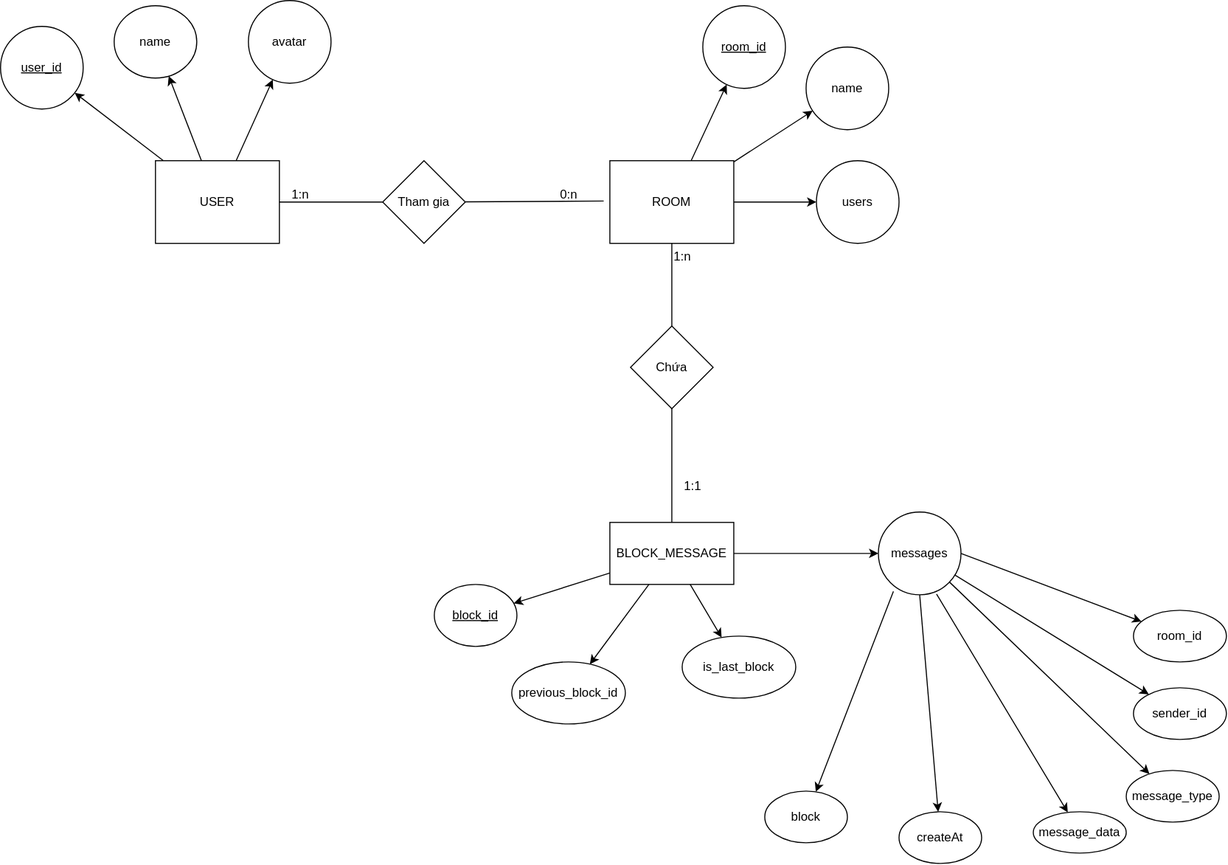
This is EER.svg from aritoerp/assets, a draw.io export, as it was before one commit. Source tidied: cells renumbered, new cells last; positions are measured from the earlier drawing's top-left corner, leaving out a move shared by most shapes. Source of this version:
```xml
<mxGraphModel>
  <root>
    <mxCell id="0" />
    <mxCell id="1" parent="0" />
    <mxCell id="2" style="rounded=0;jettySize=auto;html=1;" parent="1" edge="1" source="6" target="18">
      <mxGeometry relative="1" as="geometry" />
    </mxCell>
    <mxCell id="3" style="rounded=0;jettySize=auto;html=1;" parent="1" edge="1" source="6" target="19">
      <mxGeometry relative="1" as="geometry" />
    </mxCell>
    <mxCell id="4" style="rounded=0;jettySize=auto;html=1;" parent="1" edge="1" source="6" target="20">
      <mxGeometry relative="1" as="geometry" />
    </mxCell>
    <mxCell id="5" style="edgeStyle=orthogonalEdgeStyle;rounded=0;jettySize=auto;html=1;endArrow=none;endFill=0;" parent="1" edge="1" source="6" target="21">
      <mxGeometry relative="1" as="geometry" />
    </mxCell>
    <mxCell id="6" value="USER" style="rounded=0;whiteSpace=wrap;html=1;" parent="1" vertex="1">
      <mxGeometry x="150" y="155" width="120" height="80" as="geometry" />
    </mxCell>
    <mxCell id="7" style="rounded=0;jettySize=auto;html=1;" parent="1" edge="1" source="11" target="25">
      <mxGeometry relative="1" as="geometry" />
    </mxCell>
    <mxCell id="8" style="rounded=0;jettySize=auto;html=1;" parent="1" edge="1" source="11" target="26">
      <mxGeometry relative="1" as="geometry" />
    </mxCell>
    <mxCell id="9" style="rounded=0;jettySize=auto;html=1;" parent="1" edge="1" source="11" target="27">
      <mxGeometry relative="1" as="geometry" />
    </mxCell>
    <mxCell id="10" style="edgeStyle=orthogonalEdgeStyle;rounded=0;jettySize=auto;html=1;endArrow=none;endFill=0;" parent="1" edge="1" source="11" target="29">
      <mxGeometry relative="1" as="geometry" />
    </mxCell>
    <mxCell id="11" value="ROOM" style="rounded=0;whiteSpace=wrap;html=1;" parent="1" vertex="1">
      <mxGeometry x="590" y="155" width="120" height="80" as="geometry" />
    </mxCell>
    <mxCell id="12" style="rounded=0;jettySize=auto;html=1;exitX=1;exitY=0.5;exitDx=0;exitDy=0;" parent="1" edge="1" source="43" target="32">
      <mxGeometry relative="1" as="geometry" />
    </mxCell>
    <mxCell id="13" style="rounded=0;jettySize=auto;html=1;" parent="1" edge="1" source="43" target="33">
      <mxGeometry relative="1" as="geometry" />
    </mxCell>
    <mxCell id="14" style="rounded=0;jettySize=auto;html=1;" parent="1" edge="1" source="43" target="34">
      <mxGeometry relative="1" as="geometry" />
    </mxCell>
    <mxCell id="15" style="rounded=0;jettySize=auto;html=1;exitX=0.704;exitY=0.992;exitDx=0;exitDy=0;exitPerimeter=0;" parent="1" edge="1" source="43" target="35">
      <mxGeometry relative="1" as="geometry" />
    </mxCell>
    <mxCell id="16" style="rounded=0;jettySize=auto;html=1;exitX=0.5;exitY=1;exitDx=0;exitDy=0;" parent="1" edge="1" source="43" target="36">
      <mxGeometry relative="1" as="geometry" />
    </mxCell>
    <mxCell id="17" style="rounded=0;jettySize=auto;html=1;exitX=0.182;exitY=0.96;exitDx=0;exitDy=0;exitPerimeter=0;" parent="1" edge="1" source="43" target="37">
      <mxGeometry relative="1" as="geometry" />
    </mxCell>
    <mxCell id="18" value="&lt;u&gt;user_id&lt;/u&gt;" style="ellipse;whiteSpace=wrap;html=1;rounded=0;" parent="1" vertex="1">
      <mxGeometry y="25" width="80" height="80" as="geometry" />
    </mxCell>
    <mxCell id="19" value="name" style="ellipse;whiteSpace=wrap;html=1;rounded=0;" parent="1" vertex="1">
      <mxGeometry x="110" y="5" width="80" height="70" as="geometry" />
    </mxCell>
    <mxCell id="20" value="avatar" style="ellipse;whiteSpace=wrap;html=1;rounded=0;" parent="1" vertex="1">
      <mxGeometry x="240" width="80" height="80" as="geometry" />
    </mxCell>
    <mxCell id="21" value="Tham gia" style="rhombus;whiteSpace=wrap;html=1;rounded=0;" parent="1" vertex="1">
      <mxGeometry x="370" y="155" width="80" height="80" as="geometry" />
    </mxCell>
    <mxCell id="22" style="rounded=0;jettySize=auto;html=1;entryX=-0.05;entryY=0.488;entryDx=0;entryDy=0;entryPerimeter=0;endArrow=none;endFill=0;" parent="1" edge="1" source="21" target="11">
      <mxGeometry relative="1" as="geometry" />
    </mxCell>
    <mxCell id="23" value="1:n" style="text;html=1;align=center;verticalAlign=middle;strokeColor=none;fillColor=none;" parent="1" vertex="1">
      <mxGeometry x="270" y="173" width="40" height="30" as="geometry" />
    </mxCell>
    <mxCell id="24" value="0:n" style="text;html=1;align=center;verticalAlign=middle;strokeColor=none;fillColor=none;" parent="1" vertex="1">
      <mxGeometry x="530" y="173" width="40" height="30" as="geometry" />
    </mxCell>
    <mxCell id="25" value="&lt;u&gt;room_id&lt;/u&gt;" style="ellipse;whiteSpace=wrap;html=1;rounded=0;" parent="1" vertex="1">
      <mxGeometry x="680" y="5" width="80" height="80" as="geometry" />
    </mxCell>
    <mxCell id="26" value="name" style="ellipse;whiteSpace=wrap;html=1;rounded=0;" parent="1" vertex="1">
      <mxGeometry x="780" y="45" width="80" height="80" as="geometry" />
    </mxCell>
    <mxCell id="27" value="users" style="ellipse;whiteSpace=wrap;html=1;rounded=0;" parent="1" vertex="1">
      <mxGeometry x="790" y="155" width="80" height="80" as="geometry" />
    </mxCell>
    <mxCell id="28" style="rounded=0;jettySize=auto;html=1;endArrow=none;endFill=0;" parent="1" edge="1" source="29" target="42">
      <mxGeometry relative="1" as="geometry" />
    </mxCell>
    <mxCell id="29" value="Chứa" style="rhombus;whiteSpace=wrap;html=1;rounded=0;" parent="1" vertex="1">
      <mxGeometry x="610" y="315" width="80" height="80" as="geometry" />
    </mxCell>
    <mxCell id="30" value="1:n" style="text;html=1;align=center;verticalAlign=middle;strokeColor=none;fillColor=none;" parent="1" vertex="1">
      <mxGeometry x="640" y="233" width="40" height="30" as="geometry" />
    </mxCell>
    <mxCell id="31" value="1:1" style="text;html=1;align=center;verticalAlign=middle;strokeColor=none;fillColor=none;" parent="1" vertex="1">
      <mxGeometry x="650" y="455" width="40" height="30" as="geometry" />
    </mxCell>
    <mxCell id="32" value="room_id" style="ellipse;whiteSpace=wrap;html=1;rounded=0;" parent="1" vertex="1">
      <mxGeometry x="1097" y="590" width="90" height="50" as="geometry" />
    </mxCell>
    <mxCell id="33" value="sender_id" style="ellipse;whiteSpace=wrap;html=1;rounded=0;" parent="1" vertex="1">
      <mxGeometry x="1097" y="665" width="90" height="50" as="geometry" />
    </mxCell>
    <mxCell id="34" value="message_type" style="ellipse;whiteSpace=wrap;html=1;rounded=0;" parent="1" vertex="1">
      <mxGeometry x="1090" y="745" width="90" height="50" as="geometry" />
    </mxCell>
    <mxCell id="35" value="message_data" style="ellipse;whiteSpace=wrap;html=1;rounded=0;" parent="1" vertex="1">
      <mxGeometry x="1000" y="785" width="90" height="40" as="geometry" />
    </mxCell>
    <mxCell id="36" value="createAt" style="ellipse;whiteSpace=wrap;html=1;rounded=0;" parent="1" vertex="1">
      <mxGeometry x="870" y="785" width="80" height="50" as="geometry" />
    </mxCell>
    <mxCell id="37" value="block" style="ellipse;whiteSpace=wrap;html=1;rounded=0;" parent="1" vertex="1">
      <mxGeometry x="740" y="765" width="80" height="50" as="geometry" />
    </mxCell>
    <mxCell id="38" style="rounded=0;jettySize=auto;html=1;" parent="1" edge="1" source="42" target="43">
      <mxGeometry relative="1" as="geometry" />
    </mxCell>
    <mxCell id="39" style="rounded=0;jettySize=auto;html=1;" parent="1" edge="1" source="42" target="44">
      <mxGeometry relative="1" as="geometry" />
    </mxCell>
    <mxCell id="40" style="rounded=0;jettySize=auto;html=1;" parent="1" edge="1" source="42" target="45">
      <mxGeometry relative="1" as="geometry" />
    </mxCell>
    <mxCell id="41" style="rounded=0;jettySize=auto;html=1;" parent="1" edge="1" source="42" target="46">
      <mxGeometry relative="1" as="geometry" />
    </mxCell>
    <mxCell id="42" value="BLOCK_MESSAGE" style="rounded=0;whiteSpace=wrap;html=1;" parent="1" vertex="1">
      <mxGeometry x="590" y="505" width="120" height="60" as="geometry" />
    </mxCell>
    <mxCell id="43" value="messages" style="ellipse;whiteSpace=wrap;html=1;rounded=0;" parent="1" vertex="1">
      <mxGeometry x="850" y="495" width="80" height="80" as="geometry" />
    </mxCell>
    <mxCell id="44" value="is_last_block" style="ellipse;whiteSpace=wrap;html=1;rounded=0;" parent="1" vertex="1">
      <mxGeometry x="660" y="615" width="110" height="60" as="geometry" />
    </mxCell>
    <mxCell id="45" value="&lt;u&gt;block_id&lt;/u&gt;" style="ellipse;whiteSpace=wrap;html=1;rounded=0;" parent="1" vertex="1">
      <mxGeometry x="420" y="565" width="80" height="60" as="geometry" />
    </mxCell>
    <mxCell id="46" value="previous_block_id" style="ellipse;whiteSpace=wrap;html=1;rounded=0;" parent="1" vertex="1">
      <mxGeometry x="495" y="640" width="110" height="60" as="geometry" />
    </mxCell>
  </root>
</mxGraphModel>
```
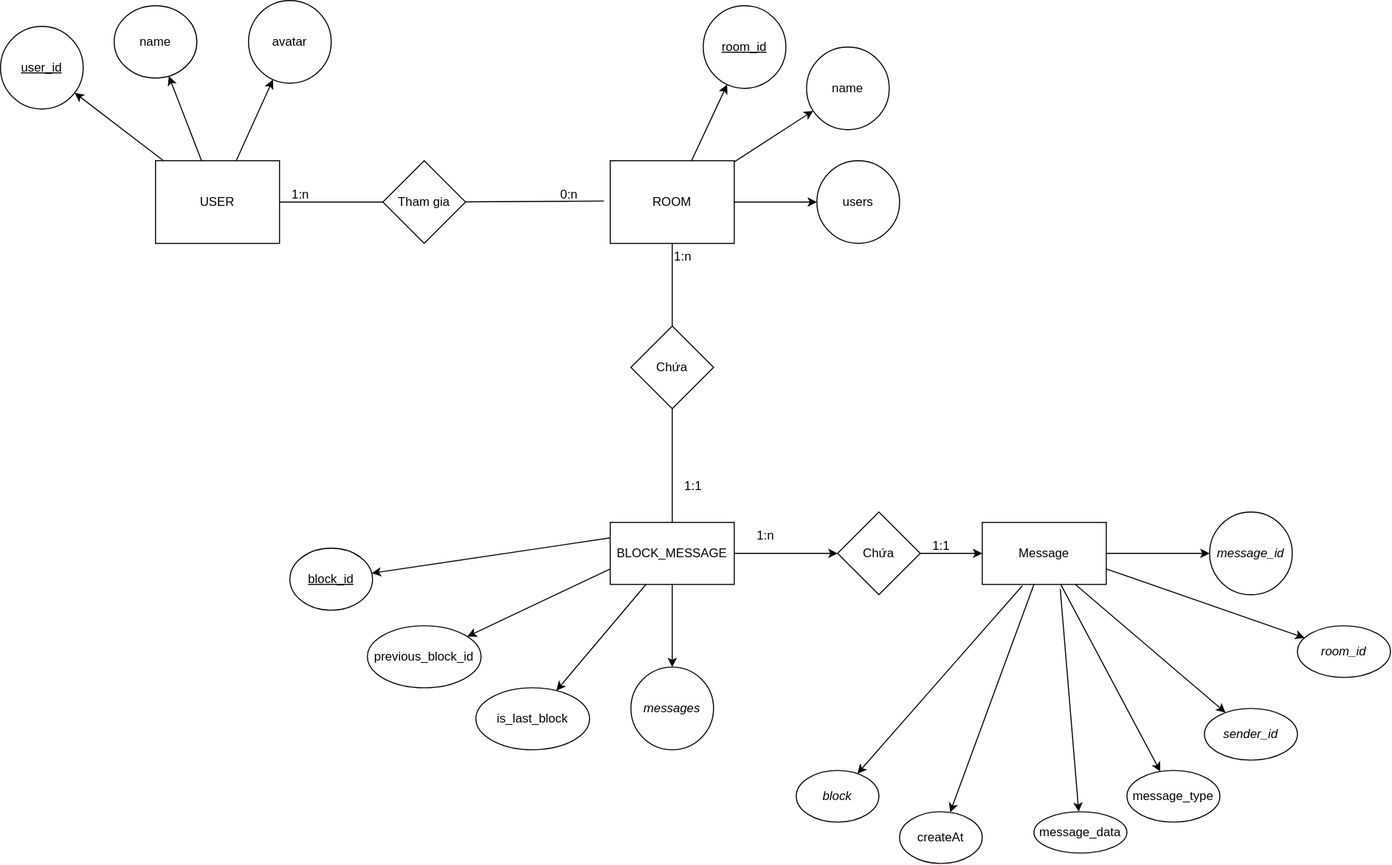
Above is the later version.

Diff of the diagram source:
```diff
@@ -32,22 +32,22 @@
     <mxCell id="11" value="ROOM" style="rounded=0;whiteSpace=wrap;html=1;" parent="1" vertex="1">
       <mxGeometry x="590" y="155" width="120" height="80" as="geometry" />
     </mxCell>
-    <mxCell id="12" style="rounded=0;jettySize=auto;html=1;exitX=1;exitY=0.5;exitDx=0;exitDy=0;" parent="1" edge="1" source="43" target="32">
+    <mxCell id="12" style="rounded=0;jettySize=auto;html=1;exitX=1;exitY=0.75;exitDx=0;exitDy=0;" parent="1" edge="1" source="52" target="32">
       <mxGeometry relative="1" as="geometry" />
     </mxCell>
-    <mxCell id="13" style="rounded=0;jettySize=auto;html=1;" parent="1" edge="1" source="43" target="33">
+    <mxCell id="13" style="rounded=0;jettySize=auto;html=1;exitX=0.75;exitY=1;exitDx=0;exitDy=0;" parent="1" edge="1" source="52" target="33">
       <mxGeometry relative="1" as="geometry" />
     </mxCell>
-    <mxCell id="14" style="rounded=0;jettySize=auto;html=1;" parent="1" edge="1" source="43" target="34">
+    <mxCell id="14" style="rounded=0;jettySize=auto;html=1;" parent="1" edge="1" source="52" target="34">
       <mxGeometry relative="1" as="geometry" />
     </mxCell>
-    <mxCell id="15" style="rounded=0;jettySize=auto;html=1;exitX=0.704;exitY=0.992;exitDx=0;exitDy=0;exitPerimeter=0;" parent="1" edge="1" source="43" target="35">
+    <mxCell id="15" style="rounded=0;jettySize=auto;html=1;exitX=0.629;exitY=1.077;exitDx=0;exitDy=0;exitPerimeter=0;" parent="1" edge="1" source="52" target="35">
       <mxGeometry relative="1" as="geometry" />
     </mxCell>
-    <mxCell id="16" style="rounded=0;jettySize=auto;html=1;exitX=0.5;exitY=1;exitDx=0;exitDy=0;" parent="1" edge="1" source="43" target="36">
+    <mxCell id="16" style="rounded=0;jettySize=auto;html=1;exitX=0.417;exitY=1;exitDx=0;exitDy=0;exitPerimeter=0;" parent="1" edge="1" source="52" target="36">
       <mxGeometry relative="1" as="geometry" />
     </mxCell>
-    <mxCell id="17" style="rounded=0;jettySize=auto;html=1;exitX=0.182;exitY=0.96;exitDx=0;exitDy=0;exitPerimeter=0;" parent="1" edge="1" source="43" target="37">
+    <mxCell id="17" style="rounded=0;jettySize=auto;html=1;exitX=0.324;exitY=1.019;exitDx=0;exitDy=0;exitPerimeter=0;" parent="1" edge="1" source="52" target="37">
       <mxGeometry relative="1" as="geometry" />
     </mxCell>
     <mxCell id="18" value="&lt;u&gt;user_id&lt;/u&gt;" style="ellipse;whiteSpace=wrap;html=1;rounded=0;" parent="1" vertex="1">
@@ -92,11 +92,11 @@
     <mxCell id="31" value="1:1" style="text;html=1;align=center;verticalAlign=middle;strokeColor=none;fillColor=none;" parent="1" vertex="1">
       <mxGeometry x="650" y="455" width="40" height="30" as="geometry" />
     </mxCell>
-    <mxCell id="32" value="room_id" style="ellipse;whiteSpace=wrap;html=1;rounded=0;" parent="1" vertex="1">
-      <mxGeometry x="1097" y="590" width="90" height="50" as="geometry" />
+    <mxCell id="32" value="&lt;i&gt;room_id&lt;/i&gt;" style="ellipse;whiteSpace=wrap;html=1;rounded=0;" parent="1" vertex="1">
+      <mxGeometry x="1255" y="605" width="90" height="50" as="geometry" />
     </mxCell>
-    <mxCell id="33" value="sender_id" style="ellipse;whiteSpace=wrap;html=1;rounded=0;" parent="1" vertex="1">
-      <mxGeometry x="1097" y="665" width="90" height="50" as="geometry" />
+    <mxCell id="33" value="&lt;i&gt;sender_id&lt;/i&gt;" style="ellipse;whiteSpace=wrap;html=1;rounded=0;" parent="1" vertex="1">
+      <mxGeometry x="1165" y="685" width="90" height="50" as="geometry" />
     </mxCell>
     <mxCell id="34" value="message_type" style="ellipse;whiteSpace=wrap;html=1;rounded=0;" parent="1" vertex="1">
       <mxGeometry x="1090" y="745" width="90" height="50" as="geometry" />
@@ -107,8 +107,8 @@
     <mxCell id="36" value="createAt" style="ellipse;whiteSpace=wrap;html=1;rounded=0;" parent="1" vertex="1">
       <mxGeometry x="870" y="785" width="80" height="50" as="geometry" />
     </mxCell>
-    <mxCell id="37" value="block" style="ellipse;whiteSpace=wrap;html=1;rounded=0;" parent="1" vertex="1">
-      <mxGeometry x="740" y="765" width="80" height="50" as="geometry" />
+    <mxCell id="37" value="&lt;i&gt;block&lt;/i&gt;" style="ellipse;whiteSpace=wrap;html=1;rounded=0;" parent="1" vertex="1">
+      <mxGeometry x="770" y="745" width="80" height="50" as="geometry" />
     </mxCell>
     <mxCell id="38" style="rounded=0;jettySize=auto;html=1;" parent="1" edge="1" source="42" target="43">
       <mxGeometry relative="1" as="geometry" />
@@ -116,26 +116,50 @@
     <mxCell id="39" style="rounded=0;jettySize=auto;html=1;" parent="1" edge="1" source="42" target="44">
       <mxGeometry relative="1" as="geometry" />
     </mxCell>
-    <mxCell id="40" style="rounded=0;jettySize=auto;html=1;" parent="1" edge="1" source="42" target="45">
+    <mxCell id="40" style="rounded=0;jettySize=auto;html=1;exitX=0;exitY=0.25;exitDx=0;exitDy=0;" parent="1" edge="1" source="42" target="45">
       <mxGeometry relative="1" as="geometry" />
     </mxCell>
-    <mxCell id="41" style="rounded=0;jettySize=auto;html=1;" parent="1" edge="1" source="42" target="46">
+    <mxCell id="41" style="rounded=0;jettySize=auto;html=1;exitX=0;exitY=0.75;exitDx=0;exitDy=0;" parent="1" edge="1" source="42" target="46">
       <mxGeometry relative="1" as="geometry" />
     </mxCell>
+    <mxCell id="47" style="edgeStyle=orthogonalEdgeStyle;rounded=0;jettySize=auto;html=1;" parent="1" edge="1" source="42" target="49">
+      <mxGeometry relative="1" as="geometry" />
+    </mxCell>
     <mxCell id="42" value="BLOCK_MESSAGE" style="rounded=0;whiteSpace=wrap;html=1;" parent="1" vertex="1">
       <mxGeometry x="590" y="505" width="120" height="60" as="geometry" />
     </mxCell>
-    <mxCell id="43" value="messages" style="ellipse;whiteSpace=wrap;html=1;rounded=0;" parent="1" vertex="1">
-      <mxGeometry x="850" y="495" width="80" height="80" as="geometry" />
+    <mxCell id="43" value="&lt;i&gt;messages&lt;/i&gt;" style="ellipse;whiteSpace=wrap;html=1;rounded=0;" parent="1" vertex="1">
+      <mxGeometry x="610" y="645" width="80" height="80" as="geometry" />
     </mxCell>
     <mxCell id="44" value="is_last_block" style="ellipse;whiteSpace=wrap;html=1;rounded=0;" parent="1" vertex="1">
-      <mxGeometry x="660" y="615" width="110" height="60" as="geometry" />
+      <mxGeometry x="460" y="665" width="110" height="60" as="geometry" />
     </mxCell>
     <mxCell id="45" value="&lt;u&gt;block_id&lt;/u&gt;" style="ellipse;whiteSpace=wrap;html=1;rounded=0;" parent="1" vertex="1">
-      <mxGeometry x="420" y="565" width="80" height="60" as="geometry" />
+      <mxGeometry x="280" y="530" width="80" height="60" as="geometry" />
     </mxCell>
     <mxCell id="46" value="previous_block_id" style="ellipse;whiteSpace=wrap;html=1;rounded=0;" parent="1" vertex="1">
-      <mxGeometry x="495" y="640" width="110" height="60" as="geometry" />
+      <mxGeometry x="355" y="605" width="110" height="60" as="geometry" />
     </mxCell>
+    <mxCell id="48" style="edgeStyle=orthogonalEdgeStyle;rounded=0;jettySize=auto;html=1;" parent="1" edge="1" source="49" target="52">
+      <mxGeometry relative="1" as="geometry" />
+    </mxCell>
+    <mxCell id="49" value="Chứa" style="rhombus;whiteSpace=wrap;html=1;rounded=0;" parent="1" vertex="1">
+      <mxGeometry x="810" y="495" width="80" height="80" as="geometry" />
+    </mxCell>
+    <mxCell id="50" value="1:n" style="text;html=1;align=center;verticalAlign=middle;strokeColor=none;fillColor=none;" parent="1" vertex="1">
+      <mxGeometry x="720" y="503" width="40" height="30" as="geometry" />
+    </mxCell>
+    <mxCell id="51" style="edgeStyle=orthogonalEdgeStyle;rounded=0;jettySize=auto;html=1;" parent="1" edge="1" source="52" target="54">
+      <mxGeometry relative="1" as="geometry" />
+    </mxCell>
+    <mxCell id="52" value="Message" style="whiteSpace=wrap;html=1;rounded=0;" parent="1" vertex="1">
+      <mxGeometry x="950" y="505" width="120" height="60" as="geometry" />
+    </mxCell>
+    <mxCell id="53" value="1:1" style="text;html=1;align=center;verticalAlign=middle;strokeColor=none;fillColor=none;" parent="1" vertex="1">
+      <mxGeometry x="890" y="513" width="40" height="30" as="geometry" />
+    </mxCell>
+    <mxCell id="54" value="&lt;i&gt;message_id&lt;/i&gt;" style="ellipse;whiteSpace=wrap;html=1;rounded=0;" parent="1" vertex="1">
+      <mxGeometry x="1170" y="495" width="80" height="80" as="geometry" />
+    </mxCell>
   </root>
 </mxGraphModel>
```
